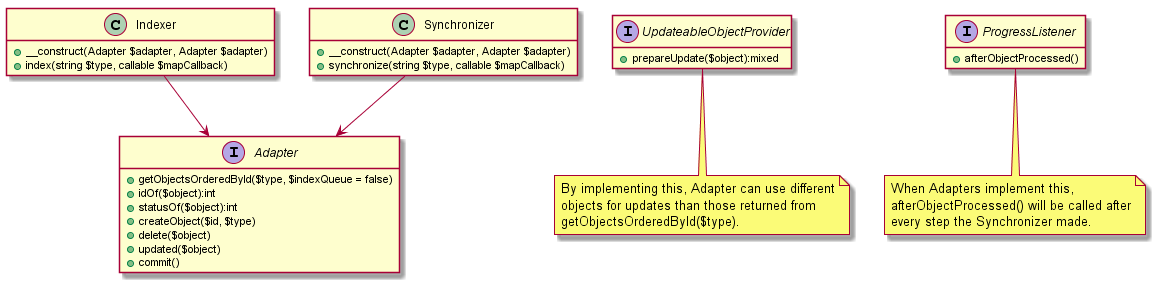
Above: doc/class-diagram.png in h69/content-mapping (PlantUML), before the change.
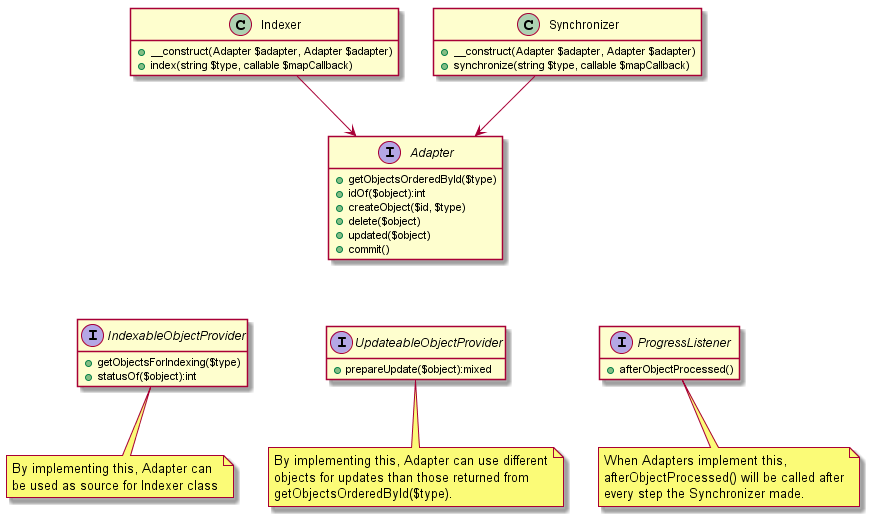
After the commit.

Commit message:
update concept diagram

Diff of the diagram source:
```diff
@@ -14,14 +14,19 @@
 }
 
 interface Adapter {
-    +getObjectsOrderedById($type, $indexQueue = false)
+    +getObjectsOrderedById($type)
     +idOf($object):int
-    +statusOf($object):int
     +createObject($id, $type)
     +delete($object)
     +updated($object)
     +commit()
 }
+
+interface IndexableObjectProvider {
+    +getObjectsForIndexing($type)
+    +statusOf($object):int
+}
+note bottom: By implementing this, Adapter can\nbe used as source for Indexer class
 
 interface UpdateableObjectProvider {
     +prepareUpdate($object):mixed
@@ -35,5 +40,8 @@
 
 Synchronizer --> Adapter
 Indexer --> Adapter
+Adapter -[hidden]-> IndexableObjectProvider
+Adapter -[hidden]-> UpdateableObjectProvider
+Adapter -[hidden]-> ProgressListener
 
 @enduml
```
